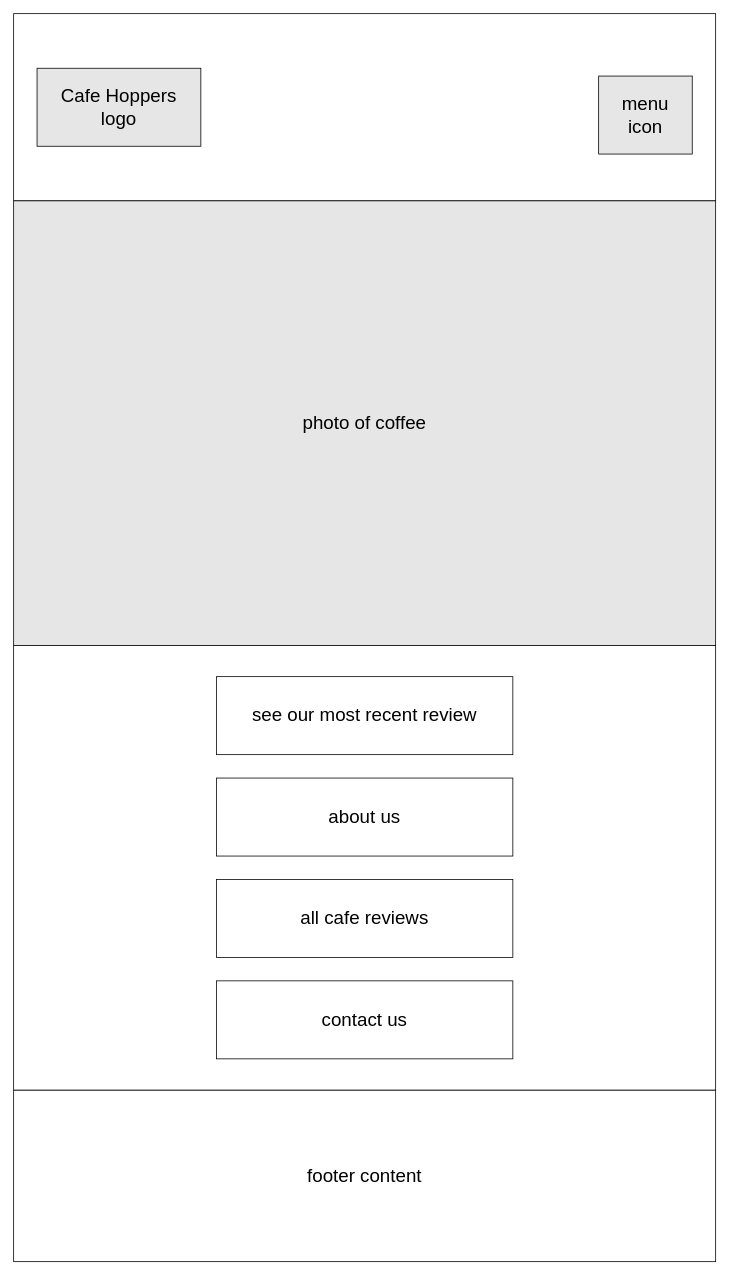
The draw.io diagram wireframe-1.drawio in cucumberpeel/drawio-diagrams, before the edit. Source tidied: cells renumbered, new cells numbered last; positions are measured from the earlier drawing's top-left corner, leaving out a move shared by most shapes. Both pictures are drawn from the tidied source at 78%, with x=0, y=0 at pixel (13, 13).
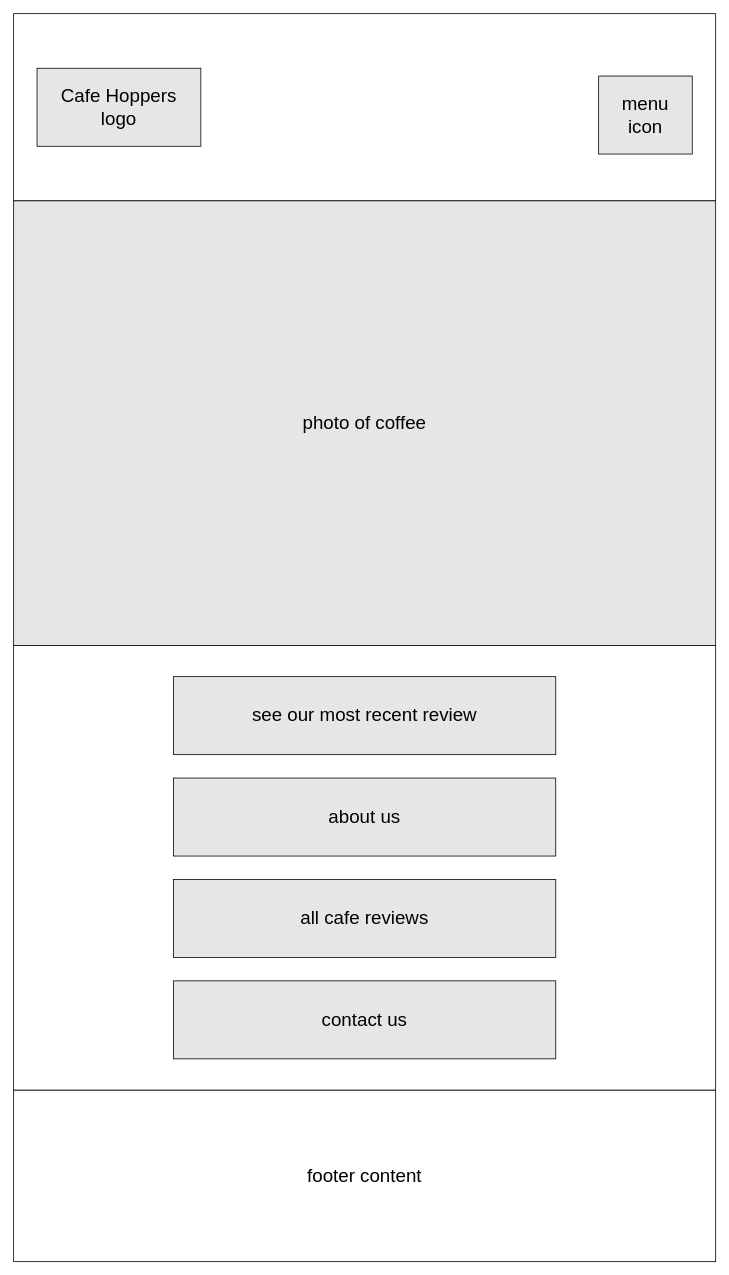
The same page after the edit.

Diff of the diagram source:
```diff
@@
 <mxGraphModel background="#FFFFFF">
   <root>
     <mxCell id="0" />
     <mxCell id="1" parent="0" />
     <mxCell id="2" style="rounded=0;whiteSpace=wrap;html=1;fontSize=24;fillColor=#FFFFFF;" parent="1" vertex="1">
       <mxGeometry width="900" height="240" as="geometry" />
     </mxCell>
     <mxCell id="3" value="&lt;font style=&quot;font-size: 24px;&quot;&gt;Cafe Hoppers&lt;br&gt;logo&lt;/font&gt;" style="rounded=0;whiteSpace=wrap;html=1;fillColor=#E6E6E6;" parent="1" vertex="1">
       <mxGeometry x="30" y="70" width="210" height="100" as="geometry" />
     </mxCell>
     <mxCell id="4" value="menu&lt;br&gt;icon" style="rounded=0;whiteSpace=wrap;html=1;fontSize=24;fillColor=#E6E6E6;" parent="1" vertex="1">
       <mxGeometry x="750" y="80" width="120" height="100" as="geometry" />
     </mxCell>
     <mxCell id="5" value="photo of coffee" style="rounded=0;whiteSpace=wrap;html=1;fontSize=24;fillColor=#E6E6E6;" parent="1" vertex="1">
       <mxGeometry y="240" width="900" height="570" as="geometry" />
     </mxCell>
     <mxCell id="6" value="footer content" style="rounded=0;whiteSpace=wrap;html=1;fontSize=24;fillColor=#FFFFFF;" parent="1" vertex="1">
       <mxGeometry y="1380" width="900" height="220" as="geometry" />
     </mxCell>
     <mxCell id="7" style="rounded=0;whiteSpace=wrap;html=1;fontSize=24;fillColor=#FFFFFF;" parent="1" vertex="1">
       <mxGeometry y="810" width="900" height="570" as="geometry" />
     </mxCell>
-    <mxCell id="8" value="see our most recent review" style="rounded=0;whiteSpace=wrap;html=1;fontSize=24;fillColor=#FFFFFF;" parent="1" vertex="1">
-      <mxGeometry x="260" y="850" width="380" height="100" as="geometry" />
+    <mxCell id="8" value="see our most recent review" style="rounded=0;whiteSpace=wrap;html=1;fontSize=24;fillColor=#E6E6E6;" parent="1" vertex="1">
+      <mxGeometry x="205" y="850" width="490" height="100" as="geometry" />
     </mxCell>
-    <mxCell id="9" value="about us" style="rounded=0;whiteSpace=wrap;html=1;fontSize=24;fillColor=#FFFFFF;" parent="1" vertex="1">
-      <mxGeometry x="260" y="980" width="380" height="100" as="geometry" />
+    <mxCell id="9" value="about us" style="rounded=0;whiteSpace=wrap;html=1;fontSize=24;fillColor=#E6E6E6;" parent="1" vertex="1">
+      <mxGeometry x="205" y="980" width="490" height="100" as="geometry" />
     </mxCell>
-    <mxCell id="10" value="all cafe reviews" style="rounded=0;whiteSpace=wrap;html=1;fontSize=24;fillColor=#FFFFFF;" parent="1" vertex="1">
-      <mxGeometry x="260" y="1110" width="380" height="100" as="geometry" />
+    <mxCell id="10" value="all cafe reviews" style="rounded=0;whiteSpace=wrap;html=1;fontSize=24;fillColor=#E6E6E6;" parent="1" vertex="1">
+      <mxGeometry x="205" y="1110" width="490" height="100" as="geometry" />
     </mxCell>
-    <mxCell id="11" value="contact us" style="rounded=0;whiteSpace=wrap;html=1;fontSize=24;fillColor=#FFFFFF;" parent="1" vertex="1">
-      <mxGeometry x="260" y="1240" width="380" height="100" as="geometry" />
+    <mxCell id="11" value="contact us" style="rounded=0;whiteSpace=wrap;html=1;fontSize=24;fillColor=#E6E6E6;" parent="1" vertex="1">
+      <mxGeometry x="205" y="1240" width="490" height="100" as="geometry" />
     </mxCell>
   </root>
 </mxGraphModel>
```
